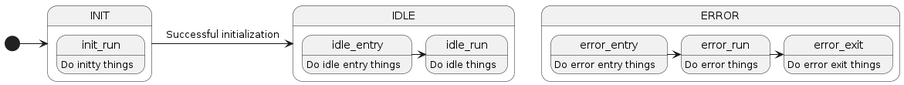
The PlantUML diagram state_diagram.png in kayycon/ECG-BLE, before a commit.
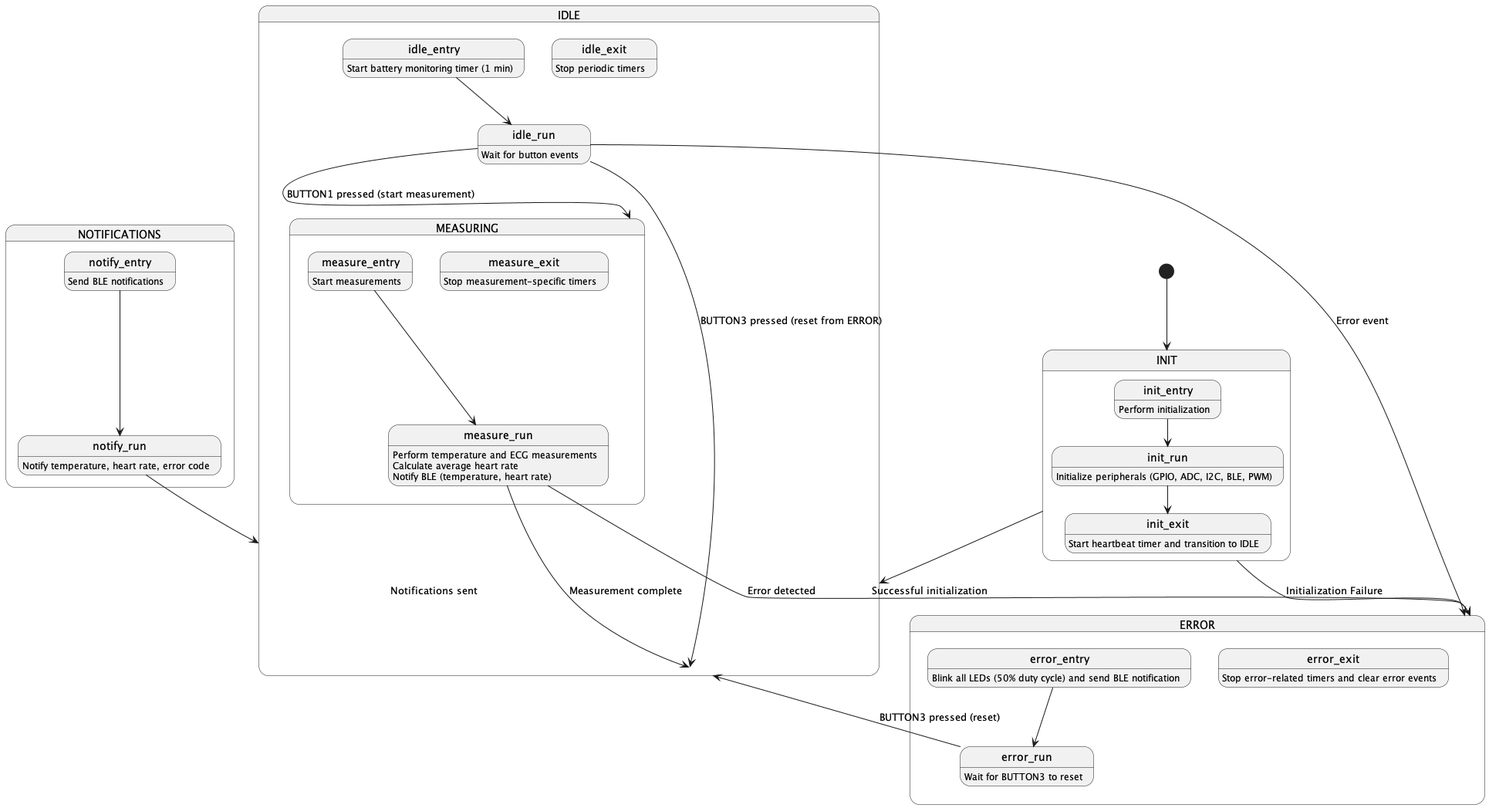
Later version of the same file.

Commit message:
Update state diagram and add .png file; modify git ignore

What changed in the source:
```diff
@@ -1,25 +1,50 @@
 @startuml
 
-[*] -> INIT
+[*] --> INIT
 
 state INIT {
-    init_run: Do initty things
+    init_entry: Perform initialization
+    init_entry --> init_run
+    init_run: Initialize peripherals (GPIO, ADC, I2C, BLE, PWM)
+    init_run --> init_exit
+    init_exit: Start heartbeat timer and transition to IDLE
 }
 
-INIT -> IDLE : Successful initialization
+INIT --> IDLE : Successful initialization
+INIT --> ERROR : Initialization Failure
 
 state IDLE {
-    idle_entry: Do idle entry things
-    idle_entry -> idle_run
-    idle_run: Do idle things
+    idle_entry: Start battery monitoring timer (1 min)
+    idle_entry --> idle_run
+    idle_run: Wait for button events
+    idle_run --> MEASURING : BUTTON1 pressed (start measurement)
+    idle_run --> ERROR : Error event
+    idle_run --> IDLE : BUTTON3 pressed (reset from ERROR)
+    idle_exit: Stop periodic timers
+}
+
+state MEASURING {
+    measure_entry: Start measurements
+    measure_entry --> measure_run
+    measure_run: Perform temperature and ECG measurements\nCalculate average heart rate\nNotify BLE (temperature, heart rate)
+    measure_run --> IDLE : Measurement complete
+    measure_run --> ERROR : Error detected
+    measure_exit: Stop measurement-specific timers
 }
 
 state ERROR {
-    error_entry: Do error entry things
-    error_entry -> error_run
-    error_run: Do error things
-    error_run -> error_exit
-    error_exit: Do error exit things
+    error_entry: Blink all LEDs (50% duty cycle) and send BLE notification
+    error_entry --> error_run
+    error_run: Wait for BUTTON3 to reset
+    error_run --> IDLE : BUTTON3 pressed (reset)
+    error_exit: Stop error-related timers and clear error events
+}
+
+state NOTIFICATIONS {
+    notify_entry: Send BLE notifications
+    notify_entry --> notify_run
+    notify_run: Notify temperature, heart rate, error code
+    notify_run --> IDLE : Notifications sent
 }
 
 @enduml
```
